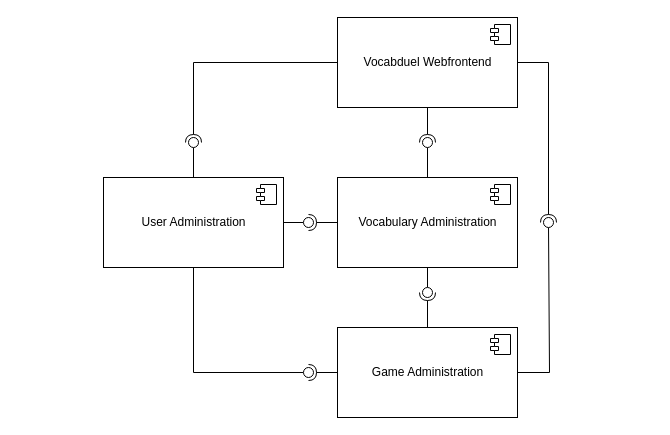
Before: components_diagram.drawio in lucaslar/htw-kba-gr7-vocabduel-monorepo, a draw.io diagram. Source tidied: cells renumbered, new cells numbered last; positions are measured from the earlier drawing's top-left corner, leaving out a move shared by most shapes. Both pictures are drawn from the tidied source at 100%, with x=0, y=0 at pixel (103, 17).
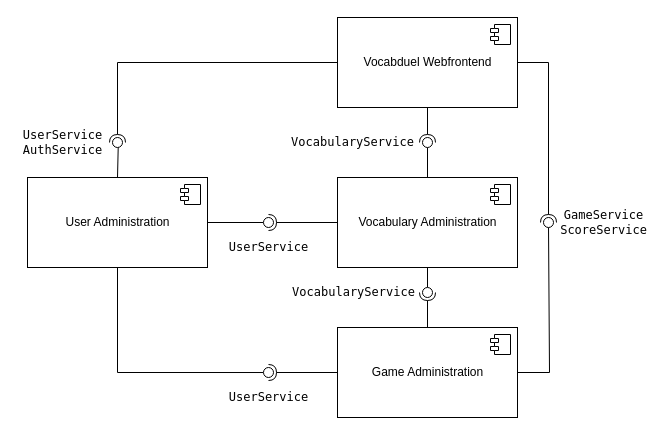
After the change.

Commit message:
Added Service names to diagram.

Unchanged cells that the change refers to:
```xml
<mxCell id="8" value="Vocabduel Webfrontend" style="html=1;" parent="1" vertex="1">
  <mxGeometry x="234" width="180" height="90" as="geometry" />
</mxCell>
```

Change to the diagram source:
```diff
@@
     <mxCell id="2" value="User Administration" style="html=1;" parent="1" vertex="1">
-      <mxGeometry y="160" width="180" height="90" as="geometry" />
+      <mxGeometry x="-76" y="160" width="180" height="90" as="geometry" />
     </mxCell>
@@
     <mxCell id="11" style="rounded=0;jettySize=auto;html=1;endArrow=halfCircle;endFill=0;entryX=0.5;entryY=0.5;entryDx=0;entryDy=0;endSize=6;strokeWidth=1;exitX=0;exitY=0.5;exitDx=0;exitDy=0;" parent="1" edge="1" source="8" target="12">
       <mxGeometry relative="1" as="geometry">
         <Array as="points">
-          <mxPoint x="90" y="45" />
+          <mxPoint x="14" y="45" />
         </Array>
       </mxGeometry>
     </mxCell>
     <mxCell id="12" style="ellipse;whiteSpace=wrap;html=1;fontFamily=Helvetica;fontSize=12;fontColor=#000000;align=center;strokeColor=#000000;fillColor=#ffffff;points=[];" parent="1" vertex="1">
-      <mxGeometry x="85" y="120" width="10" height="10" as="geometry" />
+      <mxGeometry x="9" y="120" width="10" height="10" as="geometry" />
     </mxCell>
@@
     <mxCell id="19" style="rounded=0;jettySize=auto;html=1;endArrow=none;endFill=0;exitX=0.5;exitY=1;exitDx=0;exitDy=0;entryX=-0.001;entryY=0.502;entryDx=0;entryDy=0;entryPerimeter=0;" parent="1" edge="1" source="2" target="21">
       <mxGeometry relative="1" as="geometry">
         <Array as="points">
-          <mxPoint x="90" y="355" />
+          <mxPoint x="14" y="355" />
         </Array>
       </mxGeometry>
     </mxCell>
@@
     <mxCell id="21" style="ellipse;whiteSpace=wrap;html=1;fontFamily=Helvetica;fontSize=12;fontColor=#000000;align=center;strokeColor=#000000;fillColor=#ffffff;points=[];" parent="1" vertex="1">
-      <mxGeometry x="200" y="350" width="10" height="10" as="geometry" />
+      <mxGeometry x="160" y="350" width="10" height="10" as="geometry" />
     </mxCell>
@@
     <mxCell id="24" style="ellipse;whiteSpace=wrap;html=1;fontFamily=Helvetica;fontSize=12;fontColor=#000000;align=center;strokeColor=#000000;fillColor=#ffffff;points=[];" parent="1" vertex="1">
-      <mxGeometry x="200" y="200" width="10" height="10" as="geometry" />
+      <mxGeometry x="160" y="200" width="10" height="10" as="geometry" />
     </mxCell>
@@
+    <mxCell id="28" value="&lt;font face=&quot;Lucida Console&quot;&gt;UserService&lt;/font&gt;" style="text;html=1;align=center;verticalAlign=middle;strokeColor=none;" parent="1" vertex="1">
+      <mxGeometry x="120" y="370" width="90" height="20" as="geometry" />
+    </mxCell>
+    <mxCell id="29" value="&lt;font face=&quot;Lucida Console&quot;&gt;UserService&lt;br&gt;AuthService&lt;/font&gt;" style="text;html=1;align=center;verticalAlign=middle;strokeColor=none;" parent="1" vertex="1">
+      <mxGeometry x="-86" y="110" width="90" height="30" as="geometry" />
+    </mxCell>
+    <mxCell id="30" value="&lt;font face=&quot;Lucida Console&quot;&gt;VocabularyService&lt;/font&gt;" style="text;html=1;align=center;verticalAlign=middle;strokeColor=none;" parent="1" vertex="1">
+      <mxGeometry x="180" y="265" width="140" height="20" as="geometry" />
+    </mxCell>
+    <mxCell id="31" value="&lt;font face=&quot;Lucida Console&quot;&gt;UserService&lt;/font&gt;" style="text;html=1;align=center;verticalAlign=middle;strokeColor=none;" parent="1" vertex="1">
+      <mxGeometry x="120" y="220" width="90" height="20" as="geometry" />
+    </mxCell>
+    <mxCell id="32" value="&lt;font face=&quot;Lucida Console&quot;&gt;GameService&lt;br&gt;ScoreService&lt;br&gt;&lt;/font&gt;" style="text;html=1;align=center;verticalAlign=middle;strokeColor=none;" parent="1" vertex="1">
+      <mxGeometry x="450" y="190" width="100" height="30" as="geometry" />
+    </mxCell>
+    <mxCell id="33" value="&lt;font face=&quot;Lucida Console&quot;&gt;VocabularyService&lt;/font&gt;" style="text;html=1;align=center;verticalAlign=middle;strokeColor=none;" parent="1" vertex="1">
+      <mxGeometry x="179" y="115" width="140" height="20" as="geometry" />
+    </mxCell>
```
